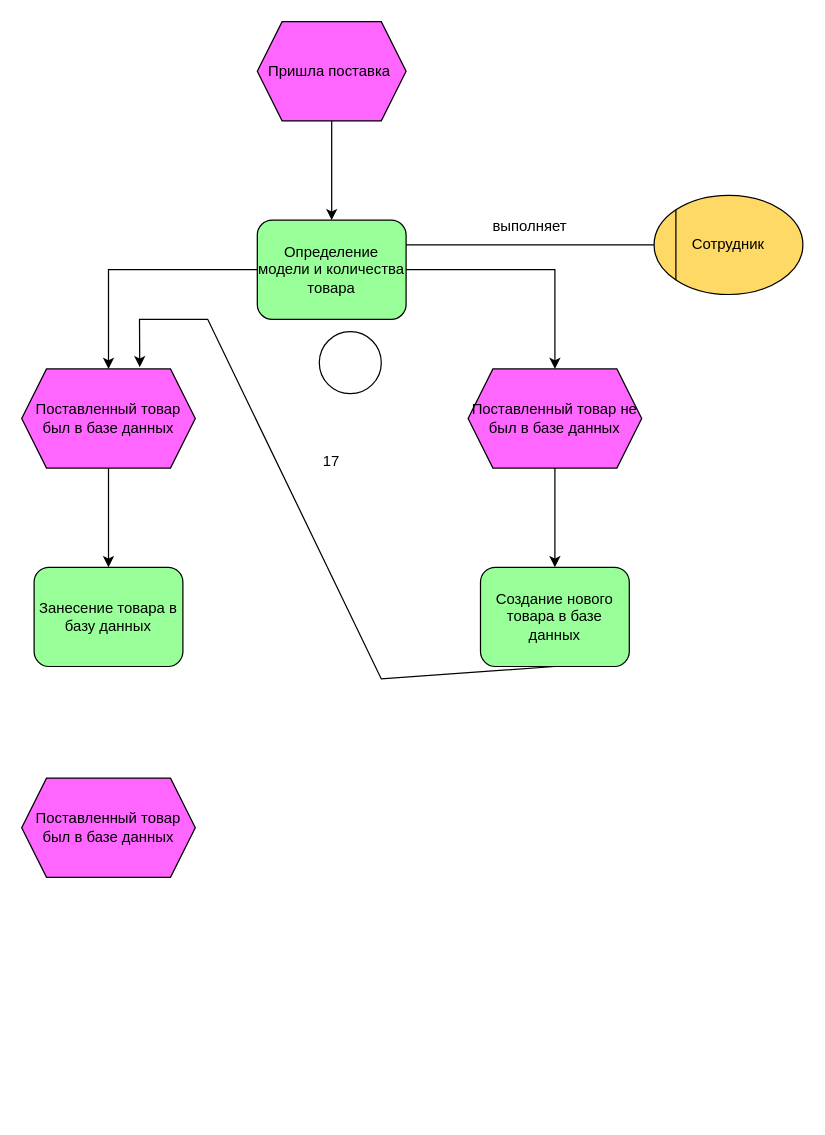
Earlier version of the draw.io diagram Алгоритмическая модель.drawio (marsek4/ssp). Source tidied: cells renumbered, new cells numbered last; positions are measured from the earlier drawing's top-left corner, leaving out a move shared by most shapes. Both pictures are drawn from the tidied source at 124%, with x=0, y=0 at pixel (21, 21).
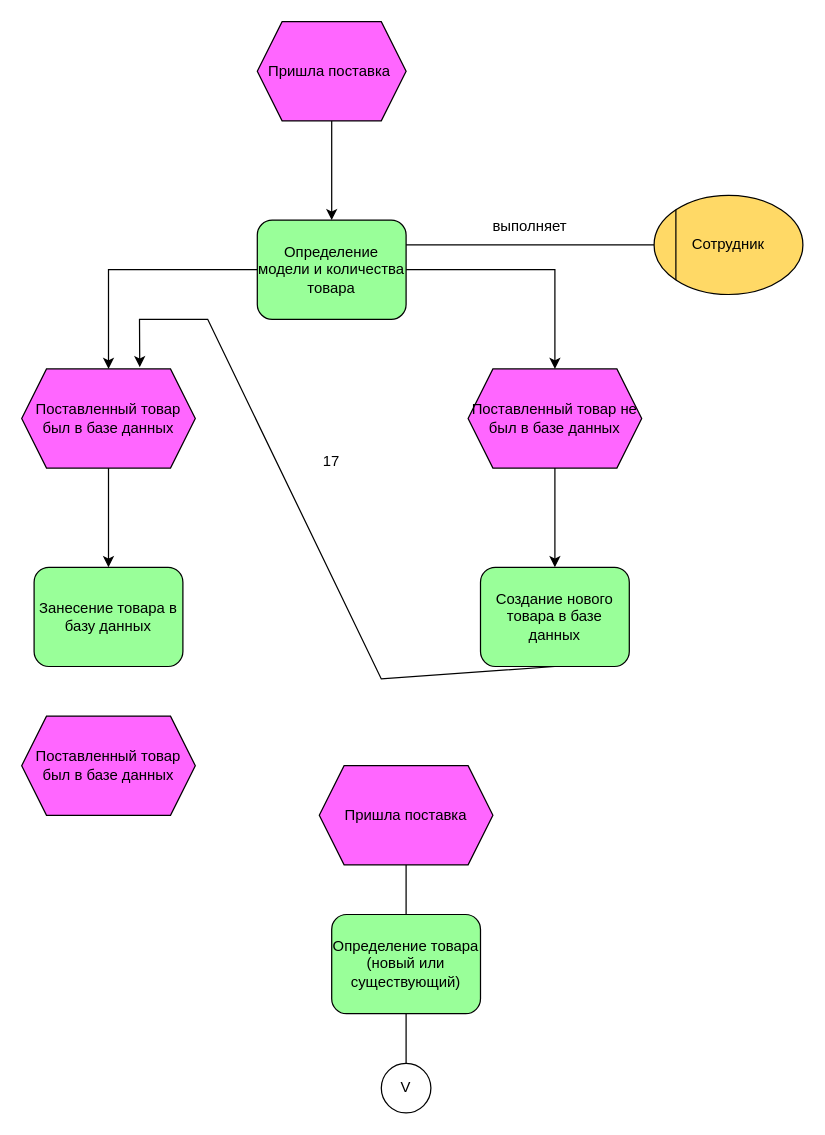
The same page after the edit.

Diff of the diagram source:
```diff
@@
     <mxCell id="17" style="ellipse;whiteSpace=wrap;html=1;" parent="1" vertex="1">
-      <mxGeometry x="240" y="250" width="50" height="50" as="geometry" />
+      <mxGeometry x="290" y="840" width="40" height="40" as="geometry" />
     </mxCell>
     <mxCell id="18" value="Поставленный товар был в базе данных" style="shape=hexagon;perimeter=hexagonPerimeter2;whiteSpace=wrap;html=1;fixedSize=1;fillColor=#FF66FF;" parent="1" vertex="1">
-      <mxGeometry y="610" width="140" height="80" as="geometry" />
+      <mxGeometry y="560" width="140" height="80" as="geometry" />
     </mxCell>
@@
+    <mxCell id="21" value="Пришла поставка" style="shape=hexagon;perimeter=hexagonPerimeter2;whiteSpace=wrap;html=1;fixedSize=1;fillColor=#FF66FF;" parent="1" vertex="1">
+      <mxGeometry x="240" y="600" width="140" height="80" as="geometry" />
+    </mxCell>
+    <mxCell id="22" value="Определение товара&lt;br&gt;(новый или существующий)" style="rounded=1;whiteSpace=wrap;html=1;fillColor=#99FF99;" parent="1" vertex="1">
+      <mxGeometry x="250" y="720" width="120" height="80" as="geometry" />
+    </mxCell>
+    <mxCell id="23" style="endArrow=none;html=1;rounded=0;entryX=0.5;entryY=1;entryDx=0;entryDy=0;exitX=0.5;exitY=0;exitDx=0;exitDy=0;" parent="1" edge="1" source="22" target="21">
+      <mxGeometry relative="1" as="geometry" />
+    </mxCell>
+    <mxCell id="24" value="V" style="text;html=1;strokeColor=none;fillColor=none;align=center;verticalAlign=middle;whiteSpace=wrap;rounded=0;" parent="1" vertex="1">
+      <mxGeometry x="280" y="845" width="60" height="30" as="geometry" />
+    </mxCell>
+    <mxCell id="25" style="endArrow=none;html=1;rounded=0;exitX=0.5;exitY=0;exitDx=0;exitDy=0;entryX=0.5;entryY=1;entryDx=0;entryDy=0;" parent="1" edge="1" source="17" target="22">
+      <mxGeometry relative="1" as="geometry" />
+    </mxCell>
```
